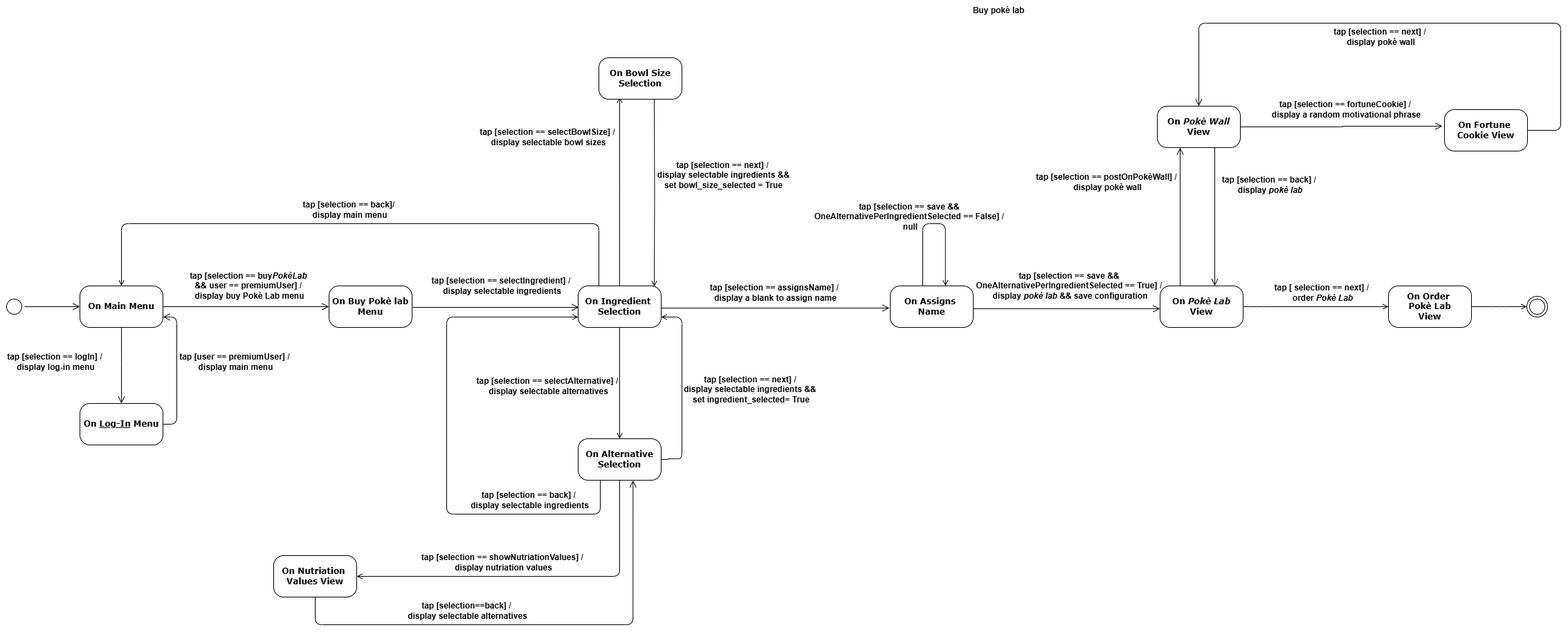
This is diagrams/StateDiagram.drawio.png from matteopinfildi/YourPoke-ISPWProject, a draw.io export, as it was before one commit. Source tidied: cells renumbered, new cells last; positions are measured from the earlier drawing's top-left corner, leaving out a move shared by most shapes.
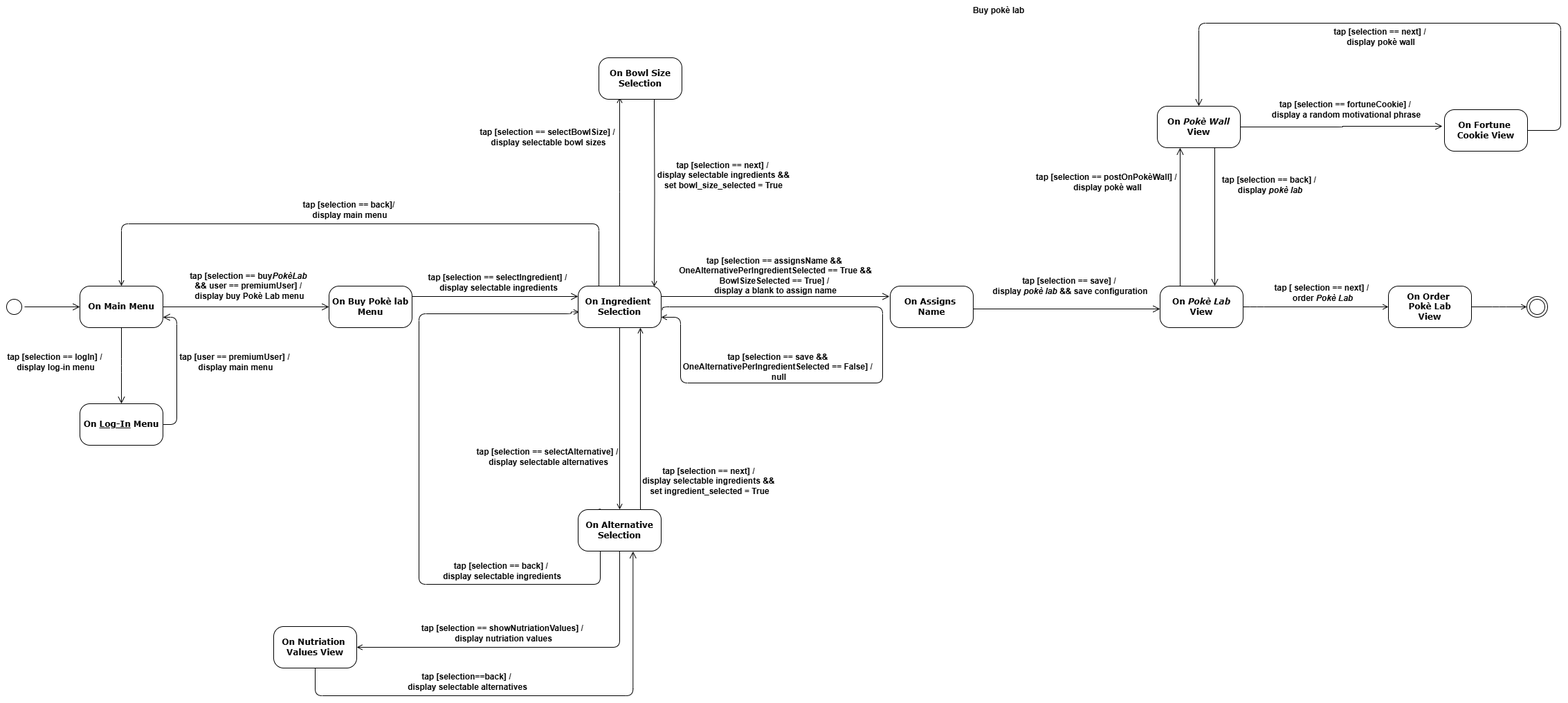
Later version of the same file.

The edit, as a diff of the source:
```diff
@@ -39,58 +39,49 @@
     <mxCell id="11" value="&lt;b&gt;tap [selection ==&amp;nbsp;&lt;/b&gt;&lt;b&gt;buy&lt;i&gt;PokèLab&lt;/i&gt;&amp;nbsp;&lt;/b&gt;&lt;div&gt;&lt;b&gt;&amp;amp;&amp;amp;&amp;nbsp;&lt;/b&gt;&lt;b style=&quot;background-color: initial;&quot;&gt;user == premiumUser] &lt;/b&gt;&lt;b style=&quot;background-color: initial;&quot;&gt;/&amp;nbsp;&lt;/b&gt;&lt;div&gt;&lt;div&gt;&lt;b style=&quot;background-color: initial;&quot;&gt;display buy Pokè Lab&lt;i&gt; &lt;/i&gt;menu&lt;/b&gt;&lt;/div&gt;&lt;/div&gt;&lt;/div&gt;" style="text;html=1;align=center;verticalAlign=middle;strokeColor=none;fillColor=none;" parent="1" vertex="1">
       <mxGeometry x="260" y="383" width="200" height="60" as="geometry" />
     </mxCell>
-    <mxCell id="12" style="edgeStyle=orthogonalEdgeStyle;html=1;labelBackgroundColor=none;endArrow=open;endSize=8;fontFamily=Verdana;fontSize=12;align=left;fontColor=default;exitX=1;exitY=0.5;exitDx=0;exitDy=0;entryX=0;entryY=0.5;entryDx=0;entryDy=0;" parent="1" edge="1">
-      <mxGeometry relative="1" as="geometry">
-        <mxPoint x="596" y="444" as="sourcePoint" />
-        <mxPoint x="836" y="444" as="targetPoint" />
-      </mxGeometry>
+    <mxCell id="12" style="edgeStyle=orthogonalEdgeStyle;html=1;labelBackgroundColor=none;endArrow=open;endSize=8;fontFamily=Verdana;fontSize=12;align=left;fontColor=default;exitX=1;exitY=0.25;exitDx=0;exitDy=0;entryX=0;entryY=0.25;entryDx=0;entryDy=0;" parent="1" edge="1" source="10" target="13">
+      <mxGeometry relative="1" as="geometry" />
     </mxCell>
     <mxCell id="13" value="&lt;b&gt;On Ingredient&amp;nbsp;&lt;/b&gt;&lt;div&gt;&lt;b&gt;Selection&lt;/b&gt;&lt;/div&gt;" style="rounded=1;whiteSpace=wrap;html=1;arcSize=24;shadow=0;comic=0;labelBackgroundColor=none;fontFamily=Verdana;fontSize=12;align=center;" parent="1" vertex="1">
       <mxGeometry x="835" y="413" width="120" height="60" as="geometry" />
     </mxCell>
     <mxCell id="14" value="&lt;b&gt;tap [selection == selectIngredient&lt;/b&gt;&lt;b style=&quot;background-color: initial; color: light-dark(rgb(0, 0, 0), rgb(255, 255, 255));&quot;&gt;] &lt;/b&gt;&lt;b style=&quot;background-color: initial; color: light-dark(rgb(0, 0, 0), rgb(255, 255, 255));&quot;&gt;/&amp;nbsp;&lt;/b&gt;&lt;div&gt;&lt;div&gt;&lt;div&gt;&lt;b style=&quot;background-color: initial;&quot;&gt;display selectable ingredients&lt;/b&gt;&lt;/div&gt;&lt;/div&gt;&lt;/div&gt;" style="text;html=1;align=center;verticalAlign=middle;strokeColor=none;fillColor=none;" parent="1" vertex="1">
-      <mxGeometry x="610" y="393" width="230" height="40" as="geometry" />
+      <mxGeometry x="605" y="388" width="230" height="40" as="geometry" />
     </mxCell>
     <mxCell id="15" style="edgeStyle=orthogonalEdgeStyle;rounded=0;jettySize=auto;html=1;entryX=0.5;entryY=0;entryDx=0;entryDy=0;endArrow=open;endFill=0;labelBackgroundColor=none;fontColor=default;exitX=0.5;exitY=1;exitDx=0;exitDy=0;" parent="1" edge="1" source="13" target="18">
       <mxGeometry relative="1" as="geometry" />
     </mxCell>
-    <mxCell id="16" style="edgeStyle=orthogonalEdgeStyle;rounded=1;jettySize=auto;html=1;exitX=1;exitY=0.5;exitDx=0;exitDy=0;curved=0;endArrow=open;endFill=0;entryX=1;entryY=0.75;entryDx=0;entryDy=0;" parent="1" edge="1" source="18" target="13">
-      <mxGeometry relative="1" as="geometry">
-        <Array as="points">
-          <mxPoint x="965" y="664" />
-          <mxPoint x="965" y="663" />
-          <mxPoint x="985" y="663" />
-          <mxPoint x="985" y="458" />
-        </Array>
-      </mxGeometry>
+    <mxCell id="16" style="edgeStyle=orthogonalEdgeStyle;rounded=1;jettySize=auto;html=1;exitX=0.75;exitY=0;exitDx=0;exitDy=0;curved=0;endArrow=open;endFill=0;entryX=0.75;entryY=1;entryDx=0;entryDy=0;" parent="1" edge="1" source="18" target="13">
+      <mxGeometry relative="1" as="geometry" />
     </mxCell>
-    <mxCell id="17" style="edgeStyle=orthogonalEdgeStyle;rounded=1;jettySize=auto;html=1;exitX=0.25;exitY=1;exitDx=0;exitDy=0;endArrow=open;endFill=0;curved=0;entryX=0;entryY=0.75;entryDx=0;entryDy=0;" parent="1" edge="1" source="18" target="13">
+    <mxCell id="17" style="edgeStyle=orthogonalEdgeStyle;rounded=1;jettySize=auto;html=1;exitX=0.25;exitY=1;exitDx=0;exitDy=0;endArrow=open;endFill=0;curved=0;entryX=0.012;entryY=0.624;entryDx=0;entryDy=0;entryPerimeter=0;" parent="1" edge="1" source="18" target="13">
       <mxGeometry relative="1" as="geometry">
         <Array as="points">
-          <mxPoint x="865" y="634" />
-          <mxPoint x="867" y="634" />
-          <mxPoint x="867" y="743" />
-          <mxPoint x="645" y="743" />
-          <mxPoint x="645" y="458" />
+          <mxPoint x="865" y="735" />
+          <mxPoint x="867" y="735" />
+          <mxPoint x="867" y="844" />
+          <mxPoint x="605" y="844" />
+          <mxPoint x="605" y="453" />
+          <mxPoint x="825" y="453" />
+          <mxPoint x="825" y="450" />
         </Array>
       </mxGeometry>
     </mxCell>
     <mxCell id="18" value="&lt;b&gt;On Alternative Selection&lt;/b&gt;" style="rounded=1;whiteSpace=wrap;html=1;arcSize=24;shadow=0;comic=0;labelBackgroundColor=none;fontFamily=Verdana;fontSize=12;align=center;" parent="1" vertex="1">
-      <mxGeometry x="835" y="634" width="120" height="60" as="geometry" />
+      <mxGeometry x="835" y="736" width="120" height="60" as="geometry" />
     </mxCell>
     <mxCell id="19" value="&lt;b&gt;tap [selection == selectAlternative] /&amp;nbsp;&lt;/b&gt;&lt;div&gt;&lt;b&gt;display&amp;nbsp;&lt;/b&gt;&lt;span style=&quot;background-color: initial;&quot;&gt;&lt;b&gt;selectable&amp;nbsp;&lt;/b&gt;&lt;/span&gt;&lt;b style=&quot;background-color: initial;&quot;&gt;alternatives&lt;/b&gt;&lt;/div&gt;" style="text;html=1;align=center;verticalAlign=middle;strokeColor=none;fillColor=none;" parent="1" vertex="1">
-      <mxGeometry x="632" y="533" width="320" height="50" as="geometry" />
+      <mxGeometry x="632" y="635" width="320" height="50" as="geometry" />
     </mxCell>
     <mxCell id="20" value="&lt;b&gt;tap [selection == back] /&amp;nbsp;&lt;/b&gt;&lt;div&gt;&lt;b&gt;display&amp;nbsp;&lt;/b&gt;&lt;span style=&quot;background-color: initial;&quot;&gt;&lt;b&gt;selectable&amp;nbsp;&lt;/b&gt;&lt;/span&gt;&lt;b style=&quot;background-color: initial;&quot;&gt;ingredients&lt;/b&gt;&lt;/div&gt;" style="text;html=1;align=center;verticalAlign=middle;strokeColor=none;fillColor=none;" parent="1" vertex="1">
-      <mxGeometry x="670" y="703" width="190" height="40" as="geometry" />
+      <mxGeometry x="630" y="805" width="190" height="40" as="geometry" />
     </mxCell>
-    <mxCell id="21" value="&lt;b&gt;tap [selection == next] /&amp;nbsp;&lt;/b&gt;&lt;div&gt;&lt;b&gt;display&amp;nbsp;&lt;/b&gt;&lt;span style=&quot;background-color: initial;&quot;&gt;&lt;b&gt;selectable&amp;nbsp;&lt;/b&gt;&lt;/span&gt;&lt;b style=&quot;background-color: initial;&quot;&gt;ingredients &amp;amp;&amp;amp;&amp;nbsp;&lt;/b&gt;&lt;/div&gt;&lt;div&gt;&lt;b style=&quot;background-color: initial;&quot;&gt;set ingredient_selected= True&lt;/b&gt;&lt;/div&gt;" style="text;html=1;align=center;verticalAlign=middle;strokeColor=none;fillColor=none;" parent="1" vertex="1">
-      <mxGeometry x="975" y="533" width="220" height="60" as="geometry" />
+    <mxCell id="21" value="&lt;b&gt;tap [selection == next] /&amp;nbsp;&lt;/b&gt;&lt;div&gt;&lt;b&gt;display&amp;nbsp;&lt;/b&gt;&lt;span style=&quot;background-color: initial;&quot;&gt;&lt;b&gt;selectable&amp;nbsp;&lt;/b&gt;&lt;/span&gt;&lt;b style=&quot;background-color: initial;&quot;&gt;ingredients &amp;amp;&amp;amp;&amp;nbsp;&lt;/b&gt;&lt;/div&gt;&lt;div&gt;&lt;b style=&quot;background-color: initial;&quot;&gt;set ingredient_selected = True&lt;/b&gt;&lt;/div&gt;" style="text;html=1;align=center;verticalAlign=middle;strokeColor=none;fillColor=none;" parent="1" vertex="1">
+      <mxGeometry x="915" y="665" width="220" height="60" as="geometry" />
     </mxCell>
-    <mxCell id="22" style="edgeStyle=orthogonalEdgeStyle;html=1;labelBackgroundColor=none;endArrow=open;endSize=8;fontFamily=Verdana;fontSize=12;align=left;fontColor=default;exitX=1;exitY=0.5;exitDx=0;exitDy=0;" parent="1" edge="1">
+    <mxCell id="22" style="edgeStyle=orthogonalEdgeStyle;html=1;labelBackgroundColor=none;endArrow=open;endSize=8;fontFamily=Verdana;fontSize=12;align=left;fontColor=default;exitX=1;exitY=0.25;exitDx=0;exitDy=0;" parent="1" edge="1" source="13">
       <mxGeometry relative="1" as="geometry">
-        <mxPoint x="955" y="445" as="sourcePoint" />
-        <mxPoint x="1285" y="445" as="targetPoint" />
+        <mxPoint x="1285" y="428" as="targetPoint" />
       </mxGeometry>
     </mxCell>
     <mxCell id="23" value="&lt;b&gt;On &lt;i&gt;Pokè Lab&lt;/i&gt;&lt;/b&gt;&lt;div&gt;&lt;b&gt;View&lt;/b&gt;&lt;/div&gt;" style="rounded=1;whiteSpace=wrap;html=1;arcSize=24;shadow=0;comic=0;labelBackgroundColor=none;fontFamily=Verdana;fontSize=12;align=center;" parent="1" vertex="1">
@@ -99,15 +90,15 @@
     <mxCell id="24" style="edgeStyle=orthogonalEdgeStyle;rounded=1;jettySize=auto;html=1;exitX=0.5;exitY=1;exitDx=0;exitDy=0;curved=0;endArrow=open;endFill=0;entryX=1;entryY=0.5;entryDx=0;entryDy=0;" parent="1" edge="1" source="18" target="25">
       <mxGeometry relative="1" as="geometry">
         <Array as="points">
-          <mxPoint x="895" y="833" />
+          <mxPoint x="895" y="935" />
         </Array>
       </mxGeometry>
     </mxCell>
     <mxCell id="25" value="&lt;b&gt;On Nutriation&amp;nbsp;&lt;/b&gt;&lt;div&gt;&lt;b&gt;Values View&lt;/b&gt;&lt;/div&gt;" style="rounded=1;whiteSpace=wrap;html=1;arcSize=24;shadow=0;comic=0;labelBackgroundColor=none;fontFamily=Verdana;fontSize=12;align=center;" parent="1" vertex="1">
-      <mxGeometry x="395" y="803" width="120" height="60" as="geometry" />
+      <mxGeometry x="395" y="905" width="120" height="60" as="geometry" />
     </mxCell>
     <mxCell id="26" value="&lt;b&gt;tap [selection == showNutriationValues] /&amp;nbsp;&lt;/b&gt;&lt;div&gt;&lt;b&gt;display nutriation values&lt;/b&gt;&lt;/div&gt;" style="text;html=1;align=center;verticalAlign=middle;strokeColor=none;fillColor=none;" parent="1" vertex="1">
-      <mxGeometry x="597" y="793" width="260" height="40" as="geometry" />
+      <mxGeometry x="597" y="895" width="260" height="40" as="geometry" />
     </mxCell>
     <mxCell id="27" value="&lt;b&gt;tap [user == premiumUser] /&amp;nbsp;&lt;/b&gt;&lt;div&gt;&lt;b&gt;display main menu&lt;/b&gt;&lt;/div&gt;" style="text;html=1;align=center;verticalAlign=middle;strokeColor=none;fillColor=none;" parent="1" vertex="1">
       <mxGeometry x="245" y="503" width="190" height="40" as="geometry" />
@@ -115,29 +106,30 @@
     <mxCell id="28" style="edgeStyle=orthogonalEdgeStyle;html=1;labelBackgroundColor=none;endArrow=open;endSize=8;fontFamily=Verdana;fontSize=12;align=left;fontColor=default;exitX=0.5;exitY=1;exitDx=0;exitDy=0;entryX=0.661;entryY=1.006;entryDx=0;entryDy=0;entryPerimeter=0;" parent="1" edge="1" source="25" target="18">
       <mxGeometry relative="1" as="geometry">
         <Array as="points">
-          <mxPoint x="455" y="903" />
-          <mxPoint x="914" y="903" />
+          <mxPoint x="455" y="1005" />
+          <mxPoint x="914" y="1005" />
         </Array>
       </mxGeometry>
     </mxCell>
     <mxCell id="29" value="&lt;b&gt;tap [selection==back] /&amp;nbsp;&lt;/b&gt;&lt;div&gt;&lt;b&gt;display selectable alternatives&lt;/b&gt;&lt;/div&gt;" style="text;html=1;align=center;verticalAlign=middle;strokeColor=none;fillColor=none;" parent="1" vertex="1">
-      <mxGeometry x="575" y="863" width="200" height="40" as="geometry" />
+      <mxGeometry x="575" y="965" width="200" height="40" as="geometry" />
     </mxCell>
-    <mxCell id="30" style="edgeStyle=orthogonalEdgeStyle;rounded=1;orthogonalLoop=1;jettySize=auto;html=1;curved=0;endArrow=open;endFill=0;entryX=0.856;entryY=-0.002;entryDx=0;entryDy=0;entryPerimeter=0;" parent="1" edge="1">
+    <mxCell id="30" style="edgeStyle=orthogonalEdgeStyle;rounded=1;orthogonalLoop=1;jettySize=auto;html=1;curved=0;endArrow=open;endFill=0;entryX=1;entryY=0.75;entryDx=0;entryDy=0;exitX=1.015;exitY=0.578;exitDx=0;exitDy=0;exitPerimeter=0;" parent="1" edge="1" source="13" target="13">
       <mxGeometry relative="1" as="geometry">
-        <mxPoint x="1333" y="413" as="sourcePoint" />
-        <mxPoint x="1365.7" y="412.9" as="targetPoint" />
         <Array as="points">
-          <mxPoint x="1333" y="323" />
-          <mxPoint x="1366" y="323" />
+          <mxPoint x="957" y="443" />
+          <mxPoint x="1275" y="443" />
+          <mxPoint x="1275" y="553" />
+          <mxPoint x="983" y="553" />
+          <mxPoint x="983" y="458" />
         </Array>
       </mxGeometry>
     </mxCell>
     <mxCell id="31" value="&lt;b&gt;tap [selection == save &amp;amp;&amp;amp;&amp;nbsp;&lt;/b&gt;&lt;div&gt;&lt;b&gt;OneAlternativePerIngredientSelected == False] /&amp;nbsp;&lt;/b&gt;&lt;div&gt;&lt;b&gt;null&lt;/b&gt;&lt;/div&gt;&lt;/div&gt;" style="text;html=1;align=center;verticalAlign=middle;strokeColor=none;fillColor=none;" parent="1" vertex="1">
-      <mxGeometry x="1165" y="283" width="300" height="60" as="geometry" />
+      <mxGeometry x="975" y="500" width="300" height="60" as="geometry" />
     </mxCell>
-    <mxCell id="32" value="&lt;b&gt;tap [selection == save &amp;amp;&amp;amp;&amp;nbsp;&lt;/b&gt;&lt;div&gt;&lt;b&gt;OneAlternativePerIngredientSelected == True] /&amp;nbsp;&lt;/b&gt;&lt;div&gt;&lt;b&gt;display &lt;i&gt;pokè lab &lt;/i&gt;&amp;amp;&amp;amp; save configuration&lt;/b&gt;&lt;/div&gt;&lt;/div&gt;" style="text;html=1;align=center;verticalAlign=middle;strokeColor=none;fillColor=none;" parent="1" vertex="1">
-      <mxGeometry x="1396" y="383" width="300" height="60" as="geometry" />
+    <mxCell id="32" value="&lt;b&gt;tap [selection == save&lt;/b&gt;&lt;b style=&quot;background-color: transparent; color: light-dark(rgb(0, 0, 0), rgb(255, 255, 255));&quot;&gt;] /&amp;nbsp;&lt;/b&gt;&lt;div&gt;&lt;div&gt;&lt;b&gt;display &lt;i&gt;pokè lab &lt;/i&gt;&amp;amp;&amp;amp; save configuration&lt;/b&gt;&lt;/div&gt;&lt;/div&gt;" style="text;html=1;align=center;verticalAlign=middle;strokeColor=none;fillColor=none;" parent="1" vertex="1">
+      <mxGeometry x="1421" y="393" width="250" height="40" as="geometry" />
     </mxCell>
     <mxCell id="33" style="edgeStyle=orthogonalEdgeStyle;html=1;labelBackgroundColor=none;endArrow=open;endSize=8;fontFamily=Verdana;fontSize=12;align=left;fontColor=default;exitX=1;exitY=0.5;exitDx=0;exitDy=0;" parent="1" edge="1">
       <mxGeometry relative="1" as="geometry">
@@ -148,8 +140,8 @@
     <mxCell id="34" value="&lt;b&gt;On Assigns&amp;nbsp;&lt;/b&gt;&lt;div&gt;&lt;b&gt;Name&lt;/b&gt;&lt;/div&gt;" style="rounded=1;whiteSpace=wrap;html=1;arcSize=24;shadow=0;comic=0;labelBackgroundColor=none;fontFamily=Verdana;fontSize=12;align=center;" parent="1" vertex="1">
       <mxGeometry x="1286" y="413" width="120" height="60" as="geometry" />
     </mxCell>
-    <mxCell id="35" value="&lt;b&gt;tap [selection == assignsName&lt;/b&gt;&lt;b style=&quot;background-color: initial; color: light-dark(rgb(0, 0, 0), rgb(255, 255, 255));&quot;&gt;] &lt;/b&gt;&lt;b style=&quot;background-color: initial; color: light-dark(rgb(0, 0, 0), rgb(255, 255, 255));&quot;&gt;/&amp;nbsp;&lt;/b&gt;&lt;div&gt;&lt;b&gt;display a blank to assign name&lt;/b&gt;&lt;/div&gt;" style="text;html=1;align=center;verticalAlign=middle;strokeColor=none;fillColor=none;" parent="1" vertex="1">
-      <mxGeometry x="1015" y="403" width="210" height="40" as="geometry" />
+    <mxCell id="35" value="&lt;b&gt;tap [selection == assignsName&amp;nbsp;&lt;/b&gt;&lt;b&gt;&amp;amp;&amp;amp;&amp;nbsp;&lt;br&gt;&lt;/b&gt;&lt;b style=&quot;background-color: transparent; color: light-dark(rgb(0, 0, 0), rgb(255, 255, 255));&quot;&gt;OneAlternativePerIngredientSelected == True &amp;amp;&amp;amp;&lt;/b&gt;&lt;div&gt;&lt;b style=&quot;background-color: initial; color: light-dark(rgb(0, 0, 0), rgb(255, 255, 255));&quot;&gt;BowlSizeSelected == True] &lt;/b&gt;&lt;b style=&quot;background-color: initial; color: light-dark(rgb(0, 0, 0), rgb(255, 255, 255));&quot;&gt;/&amp;nbsp;&lt;/b&gt;&lt;div&gt;&lt;b&gt;display a blank to assign name&lt;/b&gt;&lt;/div&gt;&lt;/div&gt;" style="text;html=1;align=center;verticalAlign=middle;strokeColor=none;fillColor=none;" parent="1" vertex="1">
+      <mxGeometry x="970" y="363" width="300" height="70" as="geometry" />
     </mxCell>
     <mxCell id="36" style="edgeStyle=orthogonalEdgeStyle;rounded=1;jettySize=auto;html=1;curved=0;endArrow=open;endFill=0;entryX=0.5;entryY=0;entryDx=0;entryDy=0;exitX=0.25;exitY=0;exitDx=0;exitDy=0;" parent="1" edge="1" source="13" target="4">
       <mxGeometry relative="1" as="geometry">
```
